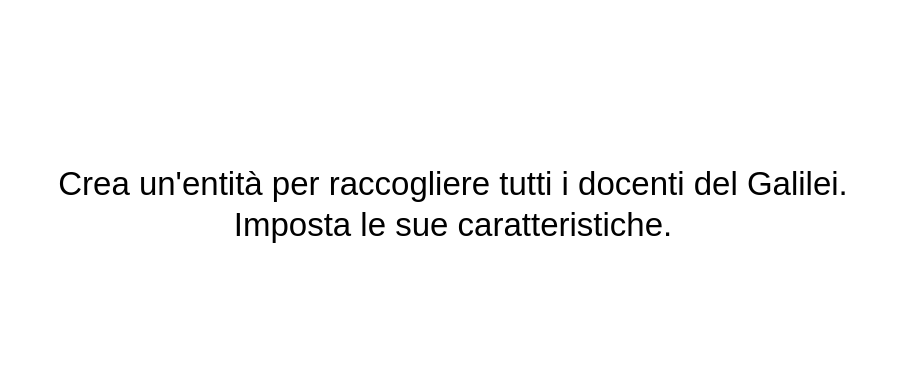
FrancescoGobbi/Didattica_GalileoGalilei_Ostiglia keeps this draw.io diagram as AS_2024_2025/5IA_Informatica/Lezioni/UD_2/Esercizi_ER/Entità2.drawio. Above is the earlier version. Source tidied: cells renumbered, new cells numbered last; positions are measured from the earlier drawing's top-left corner, leaving out a move shared by most shapes. Both pictures are drawn from the tidied source at 150%, with x=0, y=0 at pixel (26, 182).
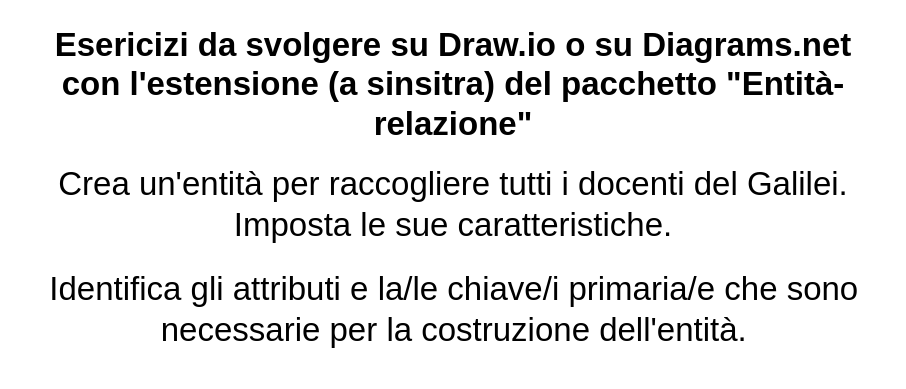
After the change.

Change to the diagram source:
```diff
@@
 <mxGraphModel>
   <root>
     <mxCell id="0" />
     <mxCell id="1" parent="0" />
     <mxCell id="2" value="Crea un'entità per raccogliere tutti i docenti del Galilei. Imposta le sue caratteristiche." style="text;html=1;strokeColor=none;fillColor=none;align=center;verticalAlign=middle;whiteSpace=wrap;rounded=0;fontSize=22;" parent="1" vertex="1">
       <mxGeometry width="570" height="30" as="geometry" />
     </mxCell>
+    <mxCell id="3" value="Esericizi da svolgere su Draw.io o su Diagrams.net con l'estensione (a sinsitra) del pacchetto &quot;Entità-relazione&quot;" style="text;html=1;strokeColor=none;fillColor=none;align=center;verticalAlign=middle;whiteSpace=wrap;rounded=0;fontSize=22;fontStyle=1;" parent="1" vertex="1">
+      <mxGeometry y="-80" width="570" height="30" as="geometry" />
+    </mxCell>
+    <mxCell id="4" value="&lt;span style=&quot;font-size: 22px;&quot;&gt;Identifica gli attributi e la/le chiave/i primaria/e che sono&lt;/span&gt;&lt;br style=&quot;border-color: var(--border-color); font-size: 22px;&quot;&gt;&lt;span style=&quot;font-size: 22px;&quot;&gt;necessarie per la costruzione dell'entità.&lt;/span&gt;" style="text;html=1;align=center;verticalAlign=middle;strokeColor=none;fillColor=none;" parent="1" vertex="1">
+      <mxGeometry x="5" y="50" width="560" height="70" as="geometry" />
+    </mxCell>
   </root>
 </mxGraphModel>
```
